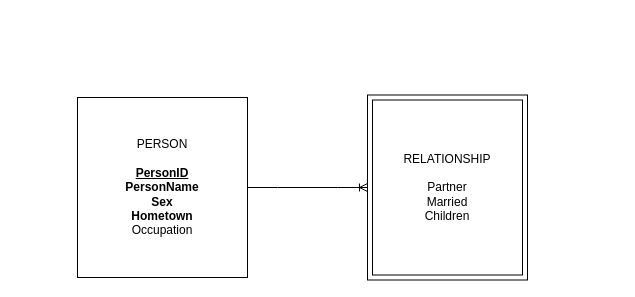
This is page "Page-2" (2 of 3) of Untitled Diagram.drawio from jessapoy/jessapoy, a draw.io file, before an edit. Source tidied: cells renumbered, new cells numbered last; positions are measured from the earlier drawing's top-left corner, leaving out a move shared by most shapes. Both pictures are drawn from the tidied source at 100%, with x=0, y=0 at pixel (77, 95).
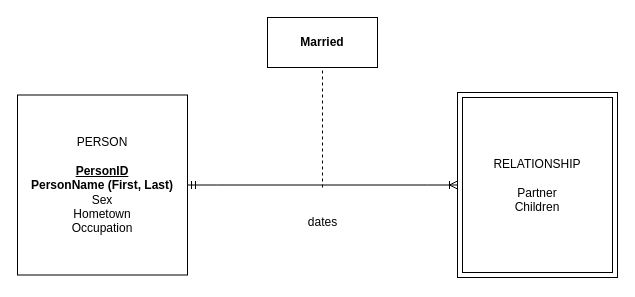
Above is the later version.

What changed in the source:
```diff
@@
 <mxGraphModel>
   <root>
     <mxCell id="0" />
     <mxCell id="1" parent="0" />
-    <mxCell id="2" value="&lt;div&gt;PERSON&lt;/div&gt;&lt;div&gt;&lt;br&gt;&lt;/div&gt;&lt;b&gt;&lt;u&gt;PersonID&lt;/u&gt;&lt;br&gt;PersonName&lt;br&gt;Sex&lt;br&gt;Hometown&lt;/b&gt;&lt;br&gt;Occupation" style="whiteSpace=wrap;html=1;align=center;" parent="1" vertex="1">
-      <mxGeometry y="2" width="170" height="180" as="geometry" />
+    <mxCell id="2" value="&lt;div&gt;PERSON&lt;/div&gt;&lt;div&gt;&lt;br&gt;&lt;/div&gt;&lt;u style=&quot;font-weight: bold;&quot;&gt;PersonID&lt;/u&gt;&lt;br&gt;&lt;b&gt;PersonName (First, Last)&lt;/b&gt;&lt;br&gt;Sex&lt;br&gt;Hometown&lt;br&gt;Occupation" style="whiteSpace=wrap;html=1;align=center;" parent="1" vertex="1">
+      <mxGeometry x="-60" y="-0.5" width="170" height="180" as="geometry" />
     </mxCell>
-    <mxCell id="3" value="&lt;div&gt;RELATIONSHIP&lt;/div&gt;&lt;div&gt;&lt;br&gt;&lt;/div&gt;Partner&lt;br&gt;&lt;div&gt;Married&lt;br&gt;Children&lt;/div&gt;" style="shape=ext;margin=3;double=1;whiteSpace=wrap;html=1;align=center;" parent="1" vertex="1">
-      <mxGeometry x="290" y="-0.5" width="160" height="185" as="geometry" />
+    <mxCell id="3" value="&lt;div&gt;RELATIONSHIP&lt;/div&gt;&lt;div&gt;&lt;br&gt;&lt;/div&gt;Partner&lt;div&gt;Children&lt;/div&gt;" style="shape=ext;margin=3;double=1;whiteSpace=wrap;html=1;align=center;" parent="1" vertex="1">
+      <mxGeometry x="380" y="-3" width="160" height="185" as="geometry" />
     </mxCell>
-    <mxCell id="4" style="edgeStyle=entityRelationEdgeStyle;fontSize=12;html=1;endArrow=ERoneToMany;rounded=0;exitX=1;exitY=0.5;exitDx=0;exitDy=0;entryX=0;entryY=0.5;entryDx=0;entryDy=0;" parent="1" edge="1" source="2" target="3">
+    <mxCell id="4" style="edgeStyle=entityRelationEdgeStyle;fontSize=12;html=1;endArrow=ERoneToMany;rounded=0;exitX=1;exitY=0.5;exitDx=0;exitDy=0;entryX=0;entryY=0.5;entryDx=0;entryDy=0;startArrow=ERmandOne;startFill=0;" parent="1" edge="1" source="2" target="3">
       <mxGeometry relative="1" as="geometry" />
     </mxCell>
+    <mxCell id="5" value="&lt;b&gt;Married&lt;/b&gt;" style="whiteSpace=wrap;html=1;align=center;" parent="1" vertex="1">
+      <mxGeometry x="190" y="-78" width="110" height="50" as="geometry" />
+    </mxCell>
+    <mxCell id="6" style="endArrow=none;dashed=1;html=1;rounded=0;entryX=0.5;entryY=1;entryDx=0;entryDy=0;" parent="1" edge="1" target="5">
+      <mxGeometry relative="1" as="geometry">
+        <mxPoint x="245" y="92" as="sourcePoint" />
+      </mxGeometry>
+    </mxCell>
+    <mxCell id="7" value="dates" style="text;html=1;align=center;verticalAlign=middle;strokeColor=none;fillColor=none;" parent="1" vertex="1">
+      <mxGeometry x="220" y="112" width="50" height="30" as="geometry" />
+    </mxCell>
   </root>
 </mxGraphModel>
```
